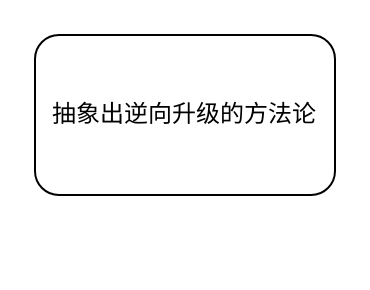
The draw.io diagram 逆向升级.drawio in skindhu/9GAG, before the edit. Source tidied: cells renumbered, new cells numbered last; positions are measured from the earlier drawing's top-left corner, leaving out a move shared by most shapes. Both pictures are drawn from the tidied source at 200%, with x=0, y=0 at pixel (34, 34).
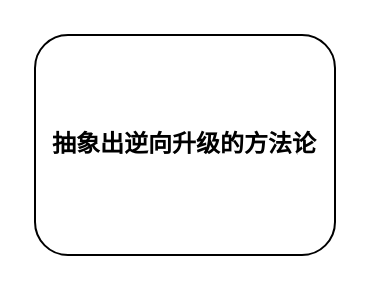
The same diagram, later.

Commit message (it also covers changes not shown here):
更新逆向升级.drawio

Change to the diagram source:
```diff
@@
 <mxGraphModel>
   <root>
     <mxCell id="0" />
     <mxCell id="1" parent="0" />
-    <mxCell id="2" value="抽象出逆向升级的方法论" style="rounded=1;whiteSpace=wrap;html=1;" parent="1" vertex="1">
-      <mxGeometry width="150" height="80" as="geometry" />
+    <mxCell id="2" value="抽象出逆向升级的方法论" style="rounded=1;whiteSpace=wrap;html=1;fontStyle=1;" parent="1" vertex="1">
+      <mxGeometry width="150" height="110" as="geometry" />
     </mxCell>
   </root>
 </mxGraphModel>
```
